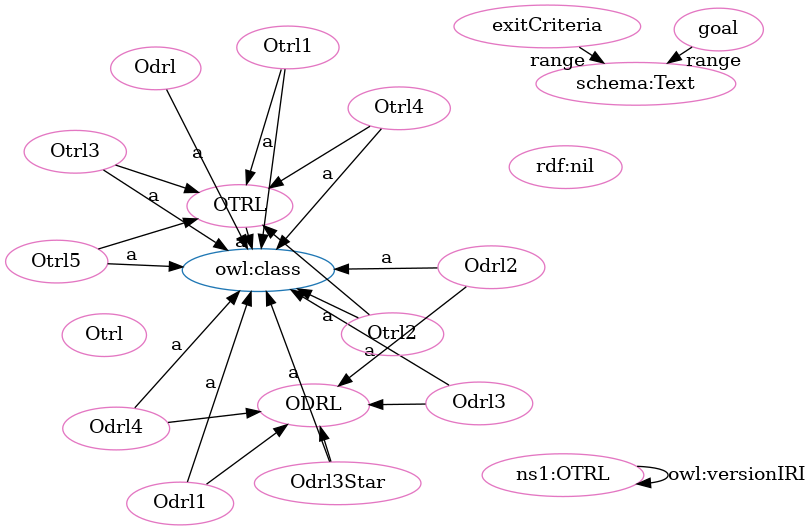
This is OTRL-clean.png from OPEN-NEXT/OKH-LOSH, a Graphviz export, as it was before one commit. Its source is kept beside it as OTRL-clean.dot.
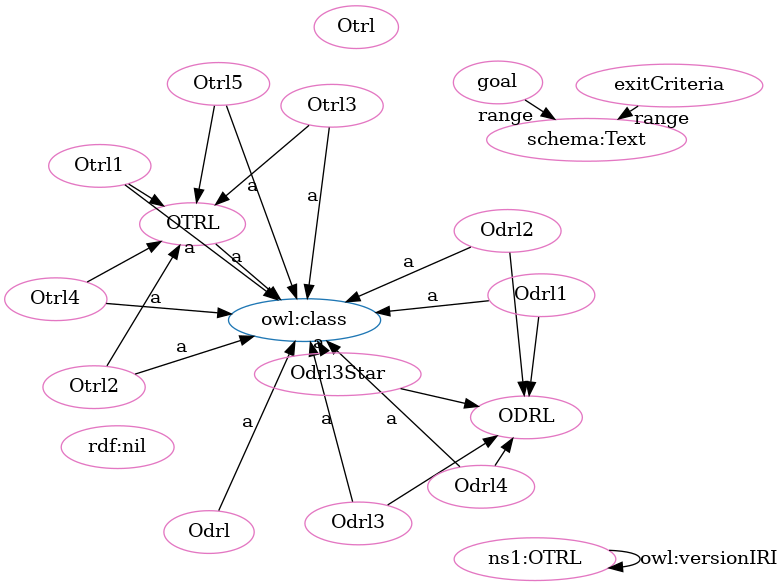
Above is the later version.

The edit, as a diff of the source:
```diff
@@ -1,51 +1,51 @@
 digraph G {
   rankdir=BT
   node[height=.3]
+"http://purl.org/oseg/ontologies/OTRL#OTRL" [fillcolor="#1f77b4" color="#1f77b4" label="OTRL"]
 "http://purl.org/oseg/ontologies/OTRL#ODRL" [fillcolor="#1f77b4" color="#1f77b4" label="ODRL"]
 "http://www.w3.org/2002/07/owl#class" [fillcolor="#1f77b4" color="#1f77b4" label="owl:class"]
-"http://purl.org/oseg/ontologies/OTRL#OTRL" [fillcolor="#1f77b4" color="#1f77b4" label="OTRL"]
-"http://purl.org/oseg/ontologies/OTRL#Odrl" [fillcolor="#e377c2" color="#e377c2" label="Odrl"]
-"http://purl.org/oseg/ontologies/OTRL#exitCriteria" [fillcolor="#e377c2" color="#e377c2" label="exitCriteria"]
-"http://www.w3.org/1999/02/22-rdf-syntax-ns#nil" [fillcolor="#e377c2" color="#e377c2" label="rdf:nil"]
+"http://purl.org/oseg/ontologies/OTRL#Otrl4" [fillcolor="#e377c2" color="#e377c2" label="Otrl4"]
+"http://purl.org/oseg/ontologies/OTRL#Otrl1" [fillcolor="#e377c2" color="#e377c2" label="Otrl1"]
 "http://purl.org/oseg/ontologies/OTRL#OTRL" [fillcolor="#e377c2" color="#e377c2" label="OTRL"]
-"http://purl.org/oseg/ontologies/OTRL" [fillcolor="#e377c2" color="#e377c2" label="ns1:OTRL"]
-"http://purl.org/oseg/ontologies/OTRL#Otrl1" [fillcolor="#e377c2" color="#e377c2" label="Otrl1"]
-"http://purl.org/oseg/ontologies/OTRL#Otrl5" [fillcolor="#e377c2" color="#e377c2" label="Otrl5"]
-"http://purl.org/oseg/ontologies/OTRL#Otrl3" [fillcolor="#e377c2" color="#e377c2" label="Otrl3"]
-"http://purl.org/oseg/ontologies/OTRL#Odrl3" [fillcolor="#e377c2" color="#e377c2" label="Odrl3"]
+"http://purl.org/oseg/ontologies/OTRL#goal" [fillcolor="#e377c2" color="#e377c2" label="goal"]
 "http://purl.org/oseg/ontologies/OTRL#Otrl" [fillcolor="#e377c2" color="#e377c2" label="Otrl"]
 "http://purl.org/oseg/ontologies/OTRL#ODRL" [fillcolor="#e377c2" color="#e377c2" label="ODRL"]
+"http://purl.org/oseg/ontologies/OTRL#Odrl2" [fillcolor="#e377c2" color="#e377c2" label="Odrl2"]
+"http://purl.org/oseg/ontologies/OTRL#Odrl3" [fillcolor="#e377c2" color="#e377c2" label="Odrl3"]
+"http://www.w3.org/1999/02/22-rdf-syntax-ns#nil" [fillcolor="#e377c2" color="#e377c2" label="rdf:nil"]
+"http://purl.org/oseg/ontologies/OTRL" [fillcolor="#e377c2" color="#e377c2" label="ns1:OTRL"]
+"http://purl.org/oseg/ontologies/OTRL#exitCriteria" [fillcolor="#e377c2" color="#e377c2" label="exitCriteria"]
+"http://purl.org/oseg/ontologies/OTRL#Otrl3" [fillcolor="#e377c2" color="#e377c2" label="Otrl3"]
+"http://purl.org/oseg/ontologies/OTRL#Odrl" [fillcolor="#e377c2" color="#e377c2" label="Odrl"]
+"http://purl.org/oseg/ontologies/OTRL#Odrl4" [fillcolor="#e377c2" color="#e377c2" label="Odrl4"]
+"http://purl.org/oseg/ontologies/OTRL#Odrl3Star" [fillcolor="#e377c2" color="#e377c2" label="Odrl3Star"]
+"http://schema.org/Text" [fillcolor="#e377c2" color="#e377c2" label="schema:Text"]
+"http://purl.org/oseg/ontologies/OTRL#Otrl2" [fillcolor="#e377c2" color="#e377c2" label="Otrl2"]
+"http://purl.org/oseg/ontologies/OTRL#Otrl5" [fillcolor="#e377c2" color="#e377c2" label="Otrl5"]
 "http://purl.org/oseg/ontologies/OTRL#Odrl1" [fillcolor="#e377c2" color="#e377c2" label="Odrl1"]
-"http://purl.org/oseg/ontologies/OTRL#Odrl3Star" [fillcolor="#e377c2" color="#e377c2" label="Odrl3Star"]
-"http://purl.org/oseg/ontologies/OTRL#goal" [fillcolor="#e377c2" color="#e377c2" label="goal"]
-"http://purl.org/oseg/ontologies/OTRL#Otrl2" [fillcolor="#e377c2" color="#e377c2" label="Otrl2"]
-"http://purl.org/oseg/ontologies/OTRL#Odrl4" [fillcolor="#e377c2" color="#e377c2" label="Odrl4"]
-"http://purl.org/oseg/ontologies/OTRL#Odrl2" [fillcolor="#e377c2" color="#e377c2" label="Odrl2"]
-"http://purl.org/oseg/ontologies/OTRL#Otrl4" [fillcolor="#e377c2" color="#e377c2" label="Otrl4"]
-"http://schema.org/Text" [fillcolor="#e377c2" color="#e377c2" label="schema:Text"]
-  "http://purl.org/oseg/ontologies/OTRL#Otrl2" -> "http://purl.org/oseg/ontologies/OTRL#OTRL" [label=""]
+  "http://purl.org/oseg/ontologies/OTRL#Otrl4" -> "http://purl.org/oseg/ontologies/OTRL#OTRL" [label=""]
+  "http://purl.org/oseg/ontologies/OTRL#Odrl3" -> "http://www.w3.org/2002/07/owl#class" [label="a"]
+  "http://purl.org/oseg/ontologies/OTRL#Otrl3" -> "http://www.w3.org/2002/07/owl#class" [label="a"]
+  "http://purl.org/oseg/ontologies/OTRL#Otrl3" -> "http://purl.org/oseg/ontologies/OTRL#OTRL" [label=""]
+  "http://purl.org/oseg/ontologies/OTRL#Odrl3" -> "http://purl.org/oseg/ontologies/OTRL#ODRL" [label=""]
+  "http://purl.org/oseg/ontologies/OTRL#Odrl3Star" -> "http://www.w3.org/2002/07/owl#class" [label="a"]
+  "http://purl.org/oseg/ontologies/OTRL#Odrl3Star" -> "http://purl.org/oseg/ontologies/OTRL#ODRL" [label=""]
+  "http://purl.org/oseg/ontologies/OTRL#Otrl5" -> "http://purl.org/oseg/ontologies/OTRL#OTRL" [label=""]
   "http://purl.org/oseg/ontologies/OTRL" -> "http://purl.org/oseg/ontologies/OTRL" [label="owl:versionIRI"]
-  "http://purl.org/oseg/ontologies/OTRL#Odrl3" -> "http://www.w3.org/2002/07/owl#class" [label="a"]
-  "http://purl.org/oseg/ontologies/OTRL#Odrl1" -> "http://purl.org/oseg/ontologies/OTRL#ODRL" [label=""]
+  "http://purl.org/oseg/ontologies/OTRL#Otrl2" -> "http://www.w3.org/2002/07/owl#class" [label="a"]
+  "http://purl.org/oseg/ontologies/OTRL#Otrl4" -> "http://www.w3.org/2002/07/owl#class" [label="a"]
+  "http://purl.org/oseg/ontologies/OTRL#Otrl1" -> "http://www.w3.org/2002/07/owl#class" [label="a"]
   "http://purl.org/oseg/ontologies/OTRL#OTRL" -> "http://www.w3.org/2002/07/owl#class" [label="a"]
   "http://purl.org/oseg/ontologies/OTRL#Odrl4" -> "http://purl.org/oseg/ontologies/OTRL#ODRL" [label=""]
-  "http://purl.org/oseg/ontologies/OTRL#Otrl2" -> "http://www.w3.org/2002/07/owl#class" [label="a"]
+  "http://purl.org/oseg/ontologies/OTRL#Odrl2" -> "http://www.w3.org/2002/07/owl#class" [label="a"]
+  "http://purl.org/oseg/ontologies/OTRL#Otrl2" -> "http://purl.org/oseg/ontologies/OTRL#OTRL" [label=""]
   "http://purl.org/oseg/ontologies/OTRL#Odrl2" -> "http://purl.org/oseg/ontologies/OTRL#ODRL" [label=""]
-  "http://purl.org/oseg/ontologies/OTRL#Odrl2" -> "http://www.w3.org/2002/07/owl#class" [label="a"]
+  "http://purl.org/oseg/ontologies/OTRL#Odrl4" -> "http://www.w3.org/2002/07/owl#class" [label="a"]
   "http://purl.org/oseg/ontologies/OTRL#Odrl" -> "http://www.w3.org/2002/07/owl#class" [label="a"]
-  "http://purl.org/oseg/ontologies/OTRL#Otrl5" -> "http://www.w3.org/2002/07/owl#class" [label="a"]
-  "http://purl.org/oseg/ontologies/OTRL#Otrl1" -> "http://www.w3.org/2002/07/owl#class" [label="a"]
-  "http://purl.org/oseg/ontologies/OTRL#Otrl3" -> "http://www.w3.org/2002/07/owl#class" [label="a"]
-  "http://purl.org/oseg/ontologies/OTRL#Otrl5" -> "http://purl.org/oseg/ontologies/OTRL#OTRL" [label=""]
-  "http://purl.org/oseg/ontologies/OTRL#Otrl3" -> "http://purl.org/oseg/ontologies/OTRL#OTRL" [label=""]
-  "http://purl.org/oseg/ontologies/OTRL#Odrl3Star" -> "http://purl.org/oseg/ontologies/OTRL#ODRL" [label=""]
-  "http://purl.org/oseg/ontologies/OTRL#Otrl4" -> "http://purl.org/oseg/ontologies/OTRL#OTRL" [label=""]
-  "http://purl.org/oseg/ontologies/OTRL#Odrl1" -> "http://www.w3.org/2002/07/owl#class" [label="a"]
-  "http://purl.org/oseg/ontologies/OTRL#Odrl3Star" -> "http://www.w3.org/2002/07/owl#class" [label="a"]
-  "http://purl.org/oseg/ontologies/OTRL#Odrl3" -> "http://purl.org/oseg/ontologies/OTRL#ODRL" [label=""]
-  "http://purl.org/oseg/ontologies/OTRL#Otrl1" -> "http://purl.org/oseg/ontologies/OTRL#OTRL" [label=""]
-  "http://purl.org/oseg/ontologies/OTRL#Odrl4" -> "http://www.w3.org/2002/07/owl#class" [label="a"]
-  "http://purl.org/oseg/ontologies/OTRL#Otrl4" -> "http://www.w3.org/2002/07/owl#class" [label="a"]
+  "http://purl.org/oseg/ontologies/OTRL#Odrl1" -> "http://purl.org/oseg/ontologies/OTRL#ODRL" [label=""]
   "http://purl.org/oseg/ontologies/OTRL#goal" -> "http://schema.org/Text" [label="range"]
   "http://purl.org/oseg/ontologies/OTRL#exitCriteria" -> "http://schema.org/Text" [label="range"]
+  "http://purl.org/oseg/ontologies/OTRL#Otrl1" -> "http://purl.org/oseg/ontologies/OTRL#OTRL" [label=""]
+  "http://purl.org/oseg/ontologies/OTRL#Otrl5" -> "http://www.w3.org/2002/07/owl#class" [label="a"]
+  "http://purl.org/oseg/ontologies/OTRL#Odrl1" -> "http://www.w3.org/2002/07/owl#class" [label="a"]
 }
```
